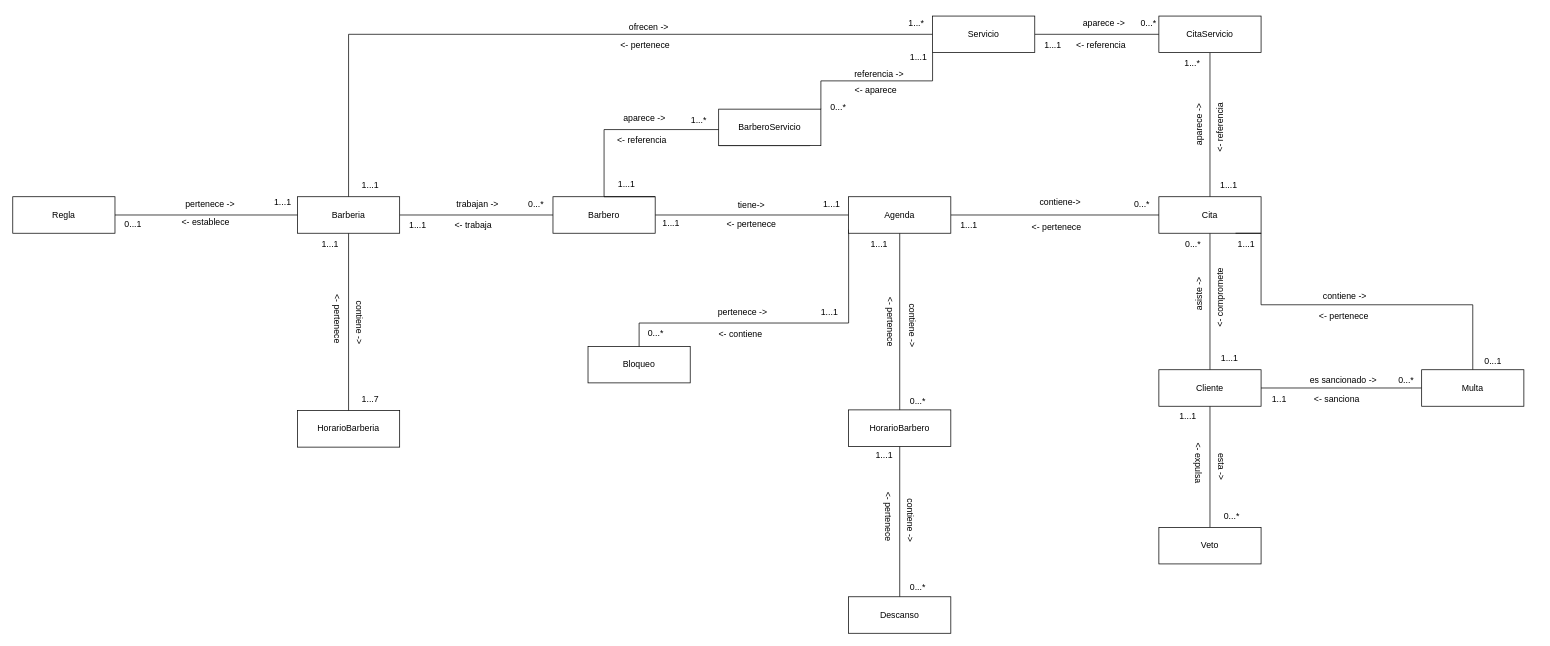
Before: Modelo de Dominio.drawio in Leandro-Gomez-12345/Proyecto-extra-clase-DOO, a draw.io diagram. Source tidied: cells renumbered, new cells numbered last; positions are measured from the earlier drawing's top-left corner, leaving out a move shared by most shapes. Both pictures are drawn from the tidied source at 73%, with x=0, y=0 at pixel (12, 12).
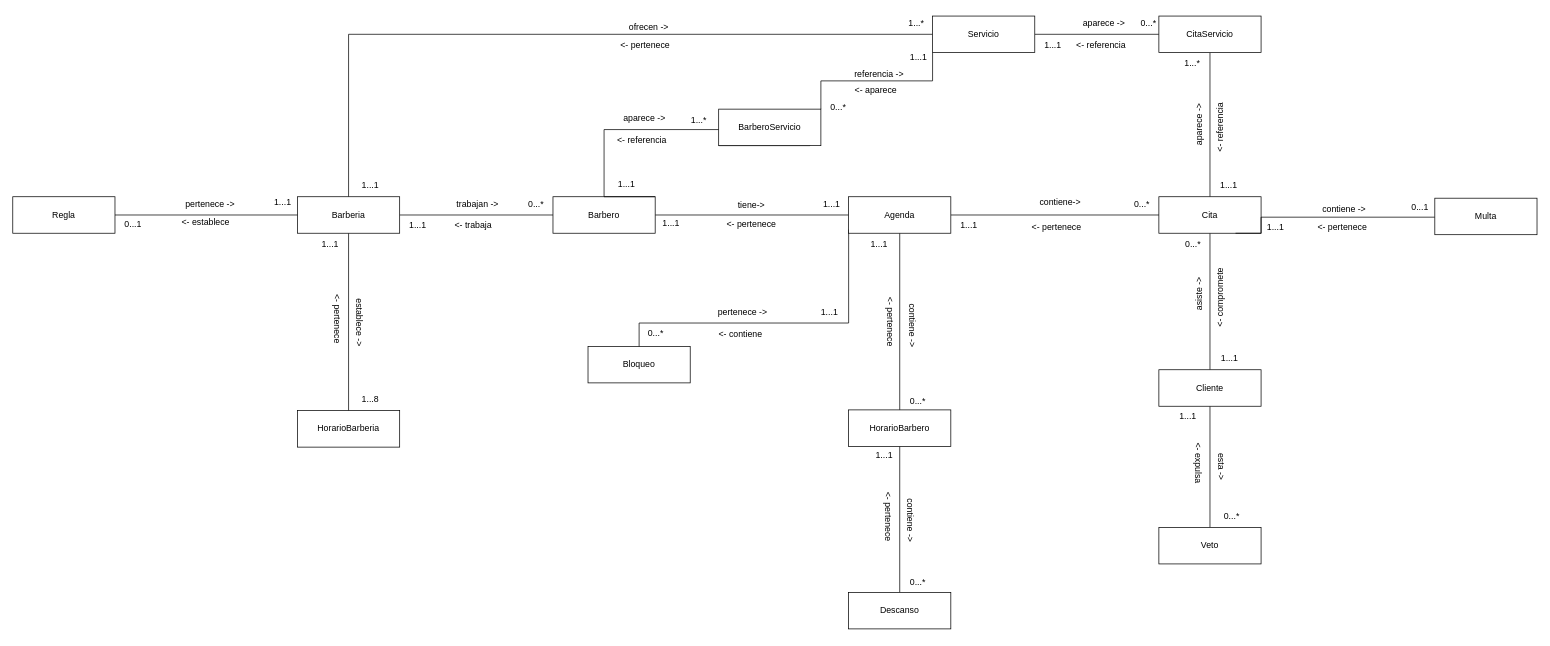
The same diagram, later.

Unchanged cells that the change refers to:
```xml
<mxCell id="8" value="Cita" style="rounded=0;whiteSpace=wrap;html=1;" parent="1" vertex="1">
  <mxGeometry x="1570" y="252" width="140" height="50" as="geometry" />
</mxCell>
<mxCell id="11" value="Cliente" style="rounded=0;whiteSpace=wrap;html=1;" parent="1" vertex="1">
  <mxGeometry x="1570" y="489" width="140" height="50" as="geometry" />
</mxCell>
```

Diff of the diagram source:
```diff
@@
-    <mxCell id="10" style="edgeStyle=orthogonalEdgeStyle;rounded=0;jettySize=auto;html=1;entryX=0;entryY=0.5;entryDx=0;entryDy=0;endArrow=none;endFill=0;" parent="1" edge="1" source="11" target="13">
-      <mxGeometry relative="1" as="geometry" />
-    </mxCell>
@@
     <mxCell id="12" style="edgeStyle=orthogonalEdgeStyle;rounded=0;jettySize=auto;html=1;entryX=0.75;entryY=1;entryDx=0;entryDy=0;endArrow=none;endFill=0;" parent="1" edge="1" source="13" target="8">
       <mxGeometry relative="1" as="geometry">
         <Array as="points">
-          <mxPoint x="2000" y="400" />
-          <mxPoint x="1710" y="400" />
+          <mxPoint x="2000" y="280" />
+          <mxPoint x="1710" y="280" />
           <mxPoint x="1710" y="302" />
         </Array>
       </mxGeometry>
     </mxCell>
     <mxCell id="13" value="Multa" style="rounded=0;whiteSpace=wrap;html=1;" parent="1" vertex="1">
-      <mxGeometry x="1930" y="489" width="140" height="50" as="geometry" />
+      <mxGeometry x="1948" y="254" width="140" height="50" as="geometry" />
     </mxCell>
@@
-    <mxCell id="18" value="es sancionado -&amp;gt;" style="text;html=1;whiteSpace=wrap;strokeColor=none;fillColor=none;align=center;verticalAlign=middle;rounded=0;" parent="1" vertex="1">
-      <mxGeometry x="1773" y="489" width="100" height="30" as="geometry" />
-    </mxCell>
-    <mxCell id="19" value="&amp;lt;- sanciona" style="text;html=1;whiteSpace=wrap;strokeColor=none;fillColor=none;align=center;verticalAlign=middle;rounded=0;" parent="1" vertex="1">
-      <mxGeometry x="1774" y="515" width="80" height="30" as="geometry" />
-    </mxCell>
-    <mxCell id="20" value="0...*" style="text;html=1;whiteSpace=wrap;strokeColor=none;fillColor=none;align=center;verticalAlign=middle;rounded=0;" parent="1" vertex="1">
-      <mxGeometry x="1879" y="489" width="60" height="30" as="geometry" />
-    </mxCell>
-    <mxCell id="21" value="1..1" style="text;html=1;whiteSpace=wrap;strokeColor=none;fillColor=none;align=center;verticalAlign=middle;rounded=0;" parent="1" vertex="1">
-      <mxGeometry x="1705" y="515" width="60" height="30" as="geometry" />
-    </mxCell>
@@
     <mxCell id="78" value="&amp;lt;- pertenece" style="text;html=1;whiteSpace=wrap;strokeColor=none;fillColor=none;align=center;verticalAlign=middle;rounded=0;" parent="1" vertex="1">
-      <mxGeometry x="1784.5" y="401" width="77" height="30" as="geometry" />
+      <mxGeometry x="1783" y="279" width="77" height="30" as="geometry" />
     </mxCell>
     <mxCell id="79" value="contiene -&amp;gt;" style="text;html=1;whiteSpace=wrap;strokeColor=none;fillColor=none;align=center;verticalAlign=middle;rounded=0;" parent="1" vertex="1">
-      <mxGeometry x="1787.5" y="374" width="74" height="30" as="geometry" />
+      <mxGeometry x="1787" y="254" width="74" height="30" as="geometry" />
     </mxCell>
     <mxCell id="80" value="1...1" style="text;html=1;whiteSpace=wrap;strokeColor=none;fillColor=none;align=center;verticalAlign=middle;rounded=0;" parent="1" vertex="1">
-      <mxGeometry x="1660" y="302" width="60" height="30" as="geometry" />
+      <mxGeometry x="1700" y="279" width="60" height="30" as="geometry" />
     </mxCell>
     <mxCell id="81" value="0...1" style="text;html=1;whiteSpace=wrap;strokeColor=none;fillColor=none;align=center;verticalAlign=middle;rounded=0;" parent="1" vertex="1">
-      <mxGeometry x="1998" y="462" width="60" height="30" as="geometry" />
+      <mxGeometry x="1898" y="252" width="60" height="30" as="geometry" />
     </mxCell>
@@
-    <mxCell id="83" value="contiene -&amp;gt;" style="text;html=1;align=center;verticalAlign=middle;strokeColor=none;fillColor=none;rotation=90;" parent="1" vertex="1">
-      <mxGeometry x="435" y="409" width="80" height="30" as="geometry" />
+    <mxCell id="83" value="establece -&amp;gt;" style="text;html=1;align=center;verticalAlign=middle;strokeColor=none;fillColor=none;rotation=90;" parent="1" vertex="1">
+      <mxGeometry x="430" y="409" width="90" height="30" as="geometry" />
     </mxCell>
-    <mxCell id="84" value="1...7" style="text;html=1;whiteSpace=wrap;strokeColor=none;fillColor=none;align=center;verticalAlign=middle;rounded=0;" parent="1" vertex="1">
+    <mxCell id="84" value="1...8" style="text;html=1;whiteSpace=wrap;strokeColor=none;fillColor=none;align=center;verticalAlign=middle;rounded=0;" parent="1" vertex="1">
       <mxGeometry x="460" y="515" width="60" height="30" as="geometry" />
     </mxCell>
@@
     <mxCell id="93" value="Descanso" style="rounded=0;whiteSpace=wrap;html=1;" parent="1" vertex="1">
-      <mxGeometry x="1145" y="800" width="140" height="50" as="geometry" />
+      <mxGeometry x="1145" y="794" width="140" height="50" as="geometry" />
     </mxCell>
@@
     <mxCell id="97" value="0...*" style="text;html=1;whiteSpace=wrap;strokeColor=none;fillColor=none;align=center;verticalAlign=middle;rounded=0;" parent="1" vertex="1">
-      <mxGeometry x="1210" y="772" width="60" height="30" as="geometry" />
+      <mxGeometry x="1210" y="766" width="60" height="30" as="geometry" />
     </mxCell>
```
